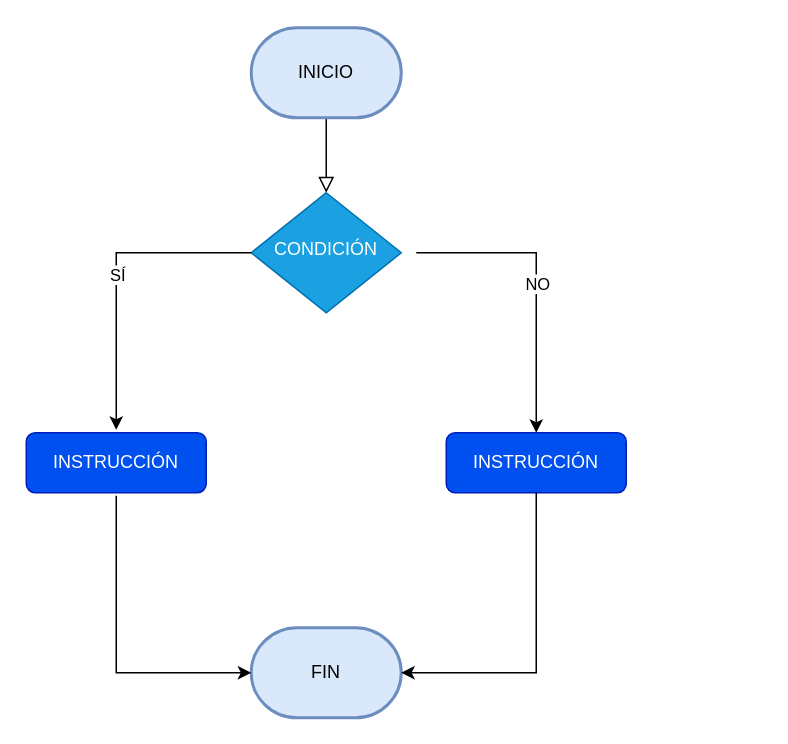
Before: Untitled Diagram.drawio in CynthiaMaldonadoR/hello-world, a draw.io diagram. Source tidied: cells renumbered, new cells numbered last; positions are measured from the earlier drawing's top-left corner, leaving out a move shared by most shapes. Both pictures are drawn from the tidied source at 150%, with x=0, y=0 at pixel (26, 27).
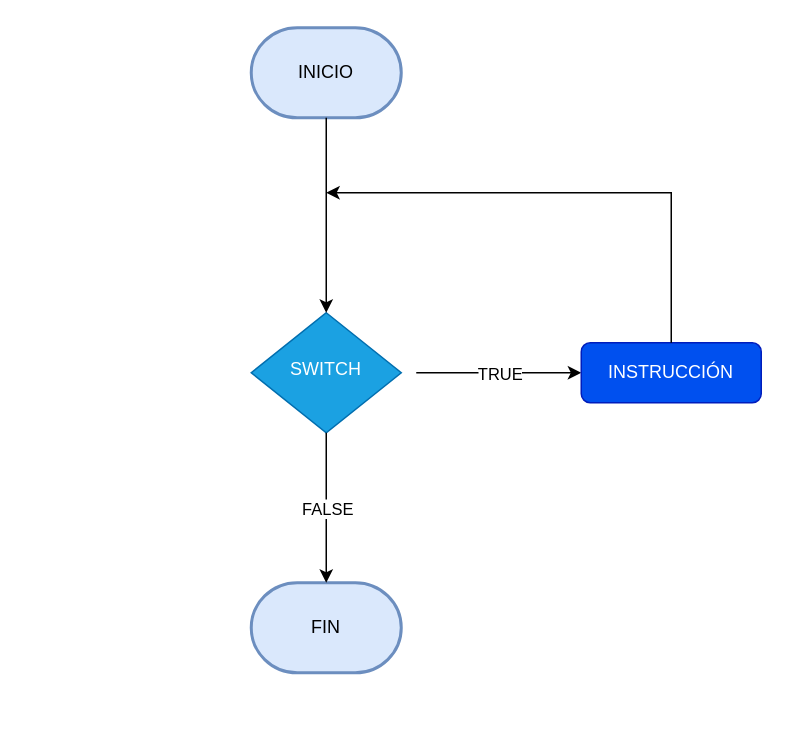
The same page after the edit.

Unchanged cells that the change refers to:
```xml
<mxCell id="5" value="INICIO" style="strokeWidth=2;html=1;shape=mxgraph.flowchart.terminator;whiteSpace=wrap;fillColor=#dae8fc;strokeColor=#6c8ebf;" parent="1" vertex="1">
  <mxGeometry x="150" width="100" height="60" as="geometry" />
</mxCell>
```

Diff of the diagram source:
```diff
@@
-    <mxCell id="2" style="rounded=0;html=1;jettySize=auto;fontSize=11;endArrow=block;endFill=0;endSize=8;strokeWidth=1;shadow=0;labelBackgroundColor=none;edgeStyle=orthogonalEdgeStyle;exitX=0.5;exitY=1;exitDx=0;exitDy=0;exitPerimeter=0;" parent="1" edge="1" source="5">
-      <mxGeometry relative="1" as="geometry">
-        <mxPoint x="200" y="110" as="targetPoint" />
-      </mxGeometry>
-    </mxCell>
-    <mxCell id="3" value="CONDICIÓN" style="rhombus;whiteSpace=wrap;html=1;shadow=0;fontFamily=Helvetica;fontSize=12;align=center;strokeWidth=1;spacing=6;spacingTop=-4;fillColor=#1ba1e2;strokeColor=#006EAF;fontColor=#ffffff;" parent="1" vertex="1">
-      <mxGeometry x="150" y="110" width="100" height="80" as="geometry" />
+    <mxCell id="3" value="SWITCH" style="rhombus;whiteSpace=wrap;html=1;shadow=0;fontFamily=Helvetica;fontSize=12;align=center;strokeWidth=1;spacing=6;spacingTop=-4;fillColor=#1ba1e2;strokeColor=#006EAF;fontColor=#ffffff;" parent="1" vertex="1">
+      <mxGeometry x="150" y="190" width="100" height="80" as="geometry" />
     </mxCell>
-    <mxCell id="4" value="INSTRUCCIÓN" style="rounded=1;whiteSpace=wrap;html=1;fontSize=12;glass=0;strokeWidth=1;shadow=0;fillColor=#0050ef;strokeColor=#001DBC;fontColor=#ffffff;" parent="1" vertex="1">
-      <mxGeometry y="270" width="120" height="40" as="geometry" />
-    </mxCell>
@@
     <mxCell id="6" value="FIN" style="strokeWidth=2;html=1;shape=mxgraph.flowchart.terminator;whiteSpace=wrap;fillColor=#dae8fc;strokeColor=#6c8ebf;" parent="1" vertex="1">
-      <mxGeometry x="150" y="400" width="100" height="60" as="geometry" />
+      <mxGeometry x="150" y="370" width="100" height="60" as="geometry" />
     </mxCell>
-    <mxCell id="7" style="endArrow=classic;html=1;rounded=0;edgeStyle=orthogonalEdgeStyle;entryX=0;entryY=0.5;entryDx=0;entryDy=0;entryPerimeter=0;" parent="1" edge="1" target="6">
-      <mxGeometry relative="1" as="geometry">
-        <mxPoint x="60" y="312" as="sourcePoint" />
-        <Array as="points">
-          <mxPoint x="60" y="430" />
-        </Array>
-      </mxGeometry>
-    </mxCell>
-    <mxCell id="8" style="endArrow=classic;html=1;rounded=0;edgeStyle=elbowEdgeStyle;elbow=vertical;" parent="1" edge="1">
-      <mxGeometry relative="1" as="geometry">
-        <mxPoint x="150" y="150" as="sourcePoint" />
-        <mxPoint x="60" y="268" as="targetPoint" />
-        <Array as="points">
-          <mxPoint x="60" y="150" />
-        </Array>
-      </mxGeometry>
-    </mxCell>
-    <mxCell id="9" value="SÍ" style="edgeLabel;html=1;align=center;verticalAlign=middle;" parent="8" vertex="1">
-      <mxGeometry relative="1" as="geometry" />
-    </mxCell>
-    <mxCell id="10" style="endArrow=classic;html=1;rounded=0;edgeStyle=orthogonalEdgeStyle;" parent="1" edge="1">
+    <mxCell id="10" style="endArrow=classic;html=1;rounded=0;edgeStyle=orthogonalEdgeStyle;entryX=0;entryY=0.5;entryDx=0;entryDy=0;" parent="1" edge="1" target="12">
       <mxGeometry relative="1" as="geometry">
-        <mxPoint x="260" y="150" as="sourcePoint" />
-        <mxPoint x="340" y="270" as="targetPoint" />
+        <mxPoint x="260" y="230" as="sourcePoint" />
         <Array as="points">
-          <mxPoint x="340" y="150" />
+          <mxPoint x="340" y="230" />
         </Array>
       </mxGeometry>
     </mxCell>
-    <mxCell id="11" value="NO" style="edgeLabel;html=1;align=center;verticalAlign=middle;" parent="10" vertex="1">
+    <mxCell id="11" value="TRUE" style="edgeLabel;html=1;align=center;verticalAlign=middle;" parent="10" vertex="1">
       <mxGeometry relative="1" as="geometry" />
     </mxCell>
     <mxCell id="12" value="INSTRUCCIÓN" style="rounded=1;whiteSpace=wrap;html=1;fontSize=12;glass=0;strokeWidth=1;shadow=0;fillColor=#0050ef;strokeColor=#001DBC;fontColor=#ffffff;" parent="1" vertex="1">
-      <mxGeometry x="280" y="270" width="120" height="40" as="geometry" />
+      <mxGeometry x="370" y="210" width="120" height="40" as="geometry" />
     </mxCell>
-    <mxCell id="13" style="endArrow=classic;html=1;rounded=0;edgeStyle=orthogonalEdgeStyle;exitX=0.5;exitY=1;exitDx=0;exitDy=0;entryX=1;entryY=0.5;entryDx=0;entryDy=0;entryPerimeter=0;" parent="1" edge="1" source="12" target="6">
-      <mxGeometry relative="1" as="geometry">
-        <Array as="points">
-          <mxPoint x="340" y="430" />
-        </Array>
-      </mxGeometry>
-    </mxCell>
+    <mxCell id="14" style="endArrow=classic;html=1;rounded=0;edgeStyle=orthogonalEdgeStyle;exitX=0.5;exitY=1;exitDx=0;exitDy=0;exitPerimeter=0;entryX=0.5;entryY=0;entryDx=0;entryDy=0;" parent="1" edge="1" source="5" target="3">
+      <mxGeometry relative="1" as="geometry" />
+    </mxCell>
+    <mxCell id="15" style="endArrow=classic;html=1;rounded=0;edgeStyle=orthogonalEdgeStyle;exitX=0.5;exitY=1;exitDx=0;exitDy=0;" parent="1" edge="1" source="3">
+      <mxGeometry relative="1" as="geometry">
+        <mxPoint x="200" y="370" as="targetPoint" />
+      </mxGeometry>
+    </mxCell>
+    <mxCell id="16" value="FALSE" style="edgeLabel;html=1;align=center;verticalAlign=middle;" parent="15" vertex="1">
+      <mxGeometry relative="1" as="geometry" />
+    </mxCell>
+    <mxCell id="17" style="endArrow=classic;html=1;rounded=0;edgeStyle=orthogonalEdgeStyle;exitX=0.5;exitY=0;exitDx=0;exitDy=0;" parent="1" edge="1" source="12">
+      <mxGeometry relative="1" as="geometry">
+        <mxPoint x="200" y="110" as="targetPoint" />
+        <Array as="points">
+          <mxPoint x="430" y="110" />
+        </Array>
+      </mxGeometry>
+    </mxCell>
```
